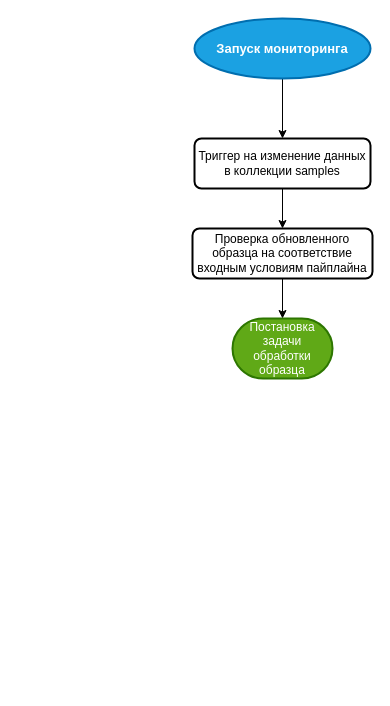
The draw.io diagram page "Мониторинг БД" (2 of 5) of docs/schemas/task_scheduler.drawio in KBaybekov/proj_prefect, before the edit. Source tidied: cells renumbered, new cells numbered last; positions are measured from the earlier drawing's top-left corner, leaving out a move shared by most shapes. Both pictures are drawn from the tidied source at 100%, with x=0, y=0 at pixel (192, 18).
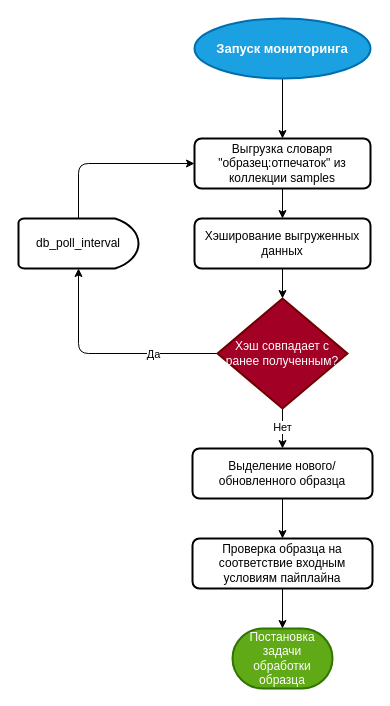
The same diagram, later.

What changed in the source:
```diff
@@
 <mxGraphModel>
   <root>
     <mxCell id="0" />
     <mxCell id="1" parent="0" />
     <mxCell id="2" style="edgeStyle=none;html=1;entryX=0.5;entryY=0;entryDx=0;entryDy=0;" parent="1" edge="1" source="3" target="4">
       <mxGeometry relative="1" as="geometry" />
     </mxCell>
     <mxCell id="3" value="Запуск мониторинга" style="strokeWidth=2;shape=mxgraph.flowchart.start_1;whiteSpace=wrap;fillColor=#1ba1e2;fontColor=#ffffff;strokeColor=#006EAF;fontSize=13;fontStyle=1;" parent="1" vertex="1">
       <mxGeometry x="2" width="176" height="60" as="geometry" />
     </mxCell>
-    <mxCell id="4" value="Триггер на изменение данных в коллекции samples" style="rounded=1;whiteSpace=wrap;html=1;absoluteArcSize=1;arcSize=14;strokeWidth=2;" parent="1" vertex="1">
+    <mxCell id="4" value="Выгрузка словаря &quot;образец:отпечаток&quot; из коллекции samples" style="rounded=1;whiteSpace=wrap;html=1;absoluteArcSize=1;arcSize=14;strokeWidth=2;" parent="1" vertex="1">
       <mxGeometry x="2" y="120" width="176" height="50" as="geometry" />
     </mxCell>
-    <mxCell id="5" style="edgeStyle=none;html=1;exitX=0.5;exitY=1;exitDx=0;exitDy=0;entryX=0.5;entryY=0;entryDx=0;entryDy=0;" parent="1" edge="1" source="4" target="7">
+    <mxCell id="5" style="edgeStyle=none;html=1;exitX=0.5;exitY=1;exitDx=0;exitDy=0;entryX=0.5;entryY=0;entryDx=0;entryDy=0;" parent="1" edge="1" source="4" target="9">
       <mxGeometry relative="1" as="geometry" />
     </mxCell>
     <mxCell id="6" value="Постановка задачи обработки образца" style="strokeWidth=2;html=1;shape=mxgraph.flowchart.terminator;whiteSpace=wrap;fillColor=#60a917;fontColor=#ffffff;strokeColor=#2D7600;" parent="1" vertex="1">
-      <mxGeometry x="40" y="300" width="100" height="60" as="geometry" />
+      <mxGeometry x="40" y="610" width="100" height="60" as="geometry" />
     </mxCell>
-    <mxCell id="7" value="Проверка обновленного образца на соответствие входным условиям пайплайна" style="rounded=1;whiteSpace=wrap;html=1;absoluteArcSize=1;arcSize=14;strokeWidth=2;" parent="1" vertex="1">
-      <mxGeometry y="210" width="180" height="50" as="geometry" />
+    <mxCell id="7" value="Проверка образца на соответствие входным условиям пайплайна" style="rounded=1;whiteSpace=wrap;html=1;absoluteArcSize=1;arcSize=14;strokeWidth=2;" parent="1" vertex="1">
+      <mxGeometry y="520" width="180" height="50" as="geometry" />
     </mxCell>
     <mxCell id="8" style="edgeStyle=none;html=1;entryX=0.5;entryY=0;entryDx=0;entryDy=0;entryPerimeter=0;" parent="1" edge="1" source="7" target="6">
       <mxGeometry relative="1" as="geometry" />
     </mxCell>
+    <mxCell id="9" value="Хэширование выгруженных данных" style="rounded=1;whiteSpace=wrap;html=1;absoluteArcSize=1;arcSize=14;strokeWidth=2;" parent="1" vertex="1">
+      <mxGeometry x="2" y="200" width="176" height="50" as="geometry" />
+    </mxCell>
+    <mxCell id="10" style="edgeStyle=none;html=1;exitX=0.5;exitY=1;exitDx=0;exitDy=0;exitPerimeter=0;entryX=0.5;entryY=0;entryDx=0;entryDy=0;" parent="1" edge="1" source="14" target="17">
+      <mxGeometry relative="1" as="geometry" />
+    </mxCell>
+    <mxCell id="11" value="Нет" style="edgeLabel;html=1;align=center;verticalAlign=middle;" parent="10" vertex="1">
+      <mxGeometry x="-0.12" y="-1" relative="1" as="geometry" />
+    </mxCell>
+    <mxCell id="12" style="html=1;entryX=0.5;entryY=1;entryDx=0;entryDy=0;exitX=0;exitY=0.5;exitDx=0;exitDy=0;exitPerimeter=0;entryPerimeter=0;edgeStyle=orthogonalEdgeStyle;" parent="1" edge="1" source="14" target="19">
+      <mxGeometry relative="1" as="geometry" />
+    </mxCell>
+    <mxCell id="13" value="Да" style="edgeLabel;html=1;align=center;verticalAlign=middle;" parent="12" vertex="1">
+      <mxGeometry x="-0.42" relative="1" as="geometry" />
+    </mxCell>
+    <mxCell id="14" value="Хэш совпадает с ранее полученным?" style="strokeWidth=2;html=1;shape=mxgraph.flowchart.decision;whiteSpace=wrap;fillColor=#a20025;fontColor=#ffffff;strokeColor=#6F0000;" parent="1" vertex="1">
+      <mxGeometry x="25" y="280" width="130" height="110" as="geometry" />
+    </mxCell>
+    <mxCell id="15" style="edgeStyle=none;html=1;entryX=0.5;entryY=0;entryDx=0;entryDy=0;entryPerimeter=0;" parent="1" edge="1" source="9" target="14">
+      <mxGeometry relative="1" as="geometry" />
+    </mxCell>
+    <mxCell id="16" style="edgeStyle=none;html=1;entryX=0.5;entryY=0;entryDx=0;entryDy=0;" parent="1" edge="1" source="17" target="7">
+      <mxGeometry relative="1" as="geometry" />
+    </mxCell>
+    <mxCell id="17" value="Выделение нового/обновленного образца" style="rounded=1;whiteSpace=wrap;html=1;absoluteArcSize=1;arcSize=14;strokeWidth=2;" parent="1" vertex="1">
+      <mxGeometry y="430" width="180" height="50" as="geometry" />
+    </mxCell>
+    <mxCell id="18" style="edgeStyle=orthogonalEdgeStyle;html=1;entryX=0;entryY=0.5;entryDx=0;entryDy=0;exitX=0.5;exitY=0;exitDx=0;exitDy=0;exitPerimeter=0;" parent="1" edge="1" source="19" target="4">
+      <mxGeometry relative="1" as="geometry" />
+    </mxCell>
+    <mxCell id="19" value="db_poll_interval" style="strokeWidth=2;shape=mxgraph.flowchart.delay;whiteSpace=wrap;strokeColor=light-dark(#000000,#994C00);fontColor=light-dark(#000000,#FFFFFF);" parent="1" vertex="1">
+      <mxGeometry x="-174" y="200" width="120" height="50" as="geometry" />
+    </mxCell>
   </root>
 </mxGraphModel>
```
